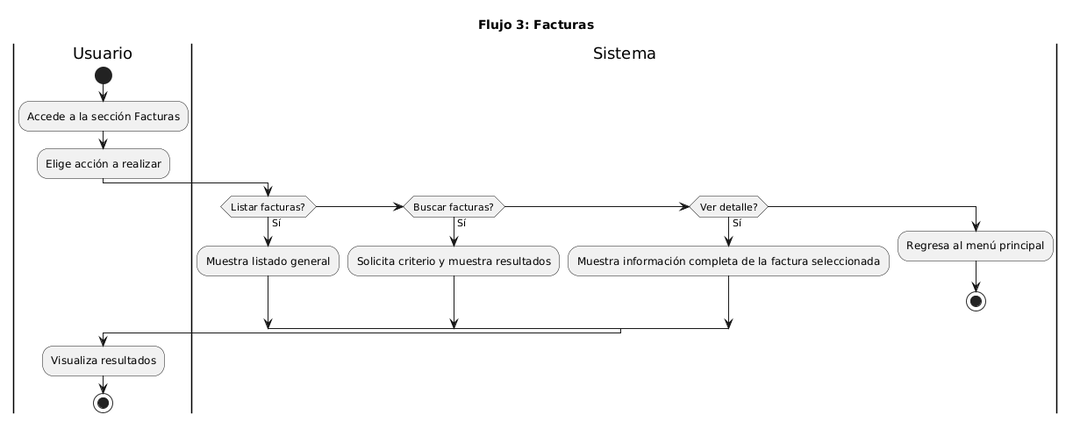
Above: docs/04-diagramas/01-diagramas-de-actividades/actividad-flujo-3-facturas.png in ramiromarcosmorales/emiti-web (PlantUML), before the change. Its diagram source:
```plantuml
@startuml
title Flujo 3: Facturas

|Usuario|
start
:Accede a la sección Facturas;
:Elige acción a realizar;

|Sistema|
if (Listar facturas?) then (Sí)
  :Muestra listado general;
elseif (Buscar facturas?) then (Sí)
  :Solicita criterio y muestra resultados;
elseif (Ver detalle?) then (Sí)
  :Muestra información completa de la factura seleccionada;
else
  :Regresa al menú principal;
  stop
endif

|Usuario|
:Visualiza resultados;

stop
@enduml
```
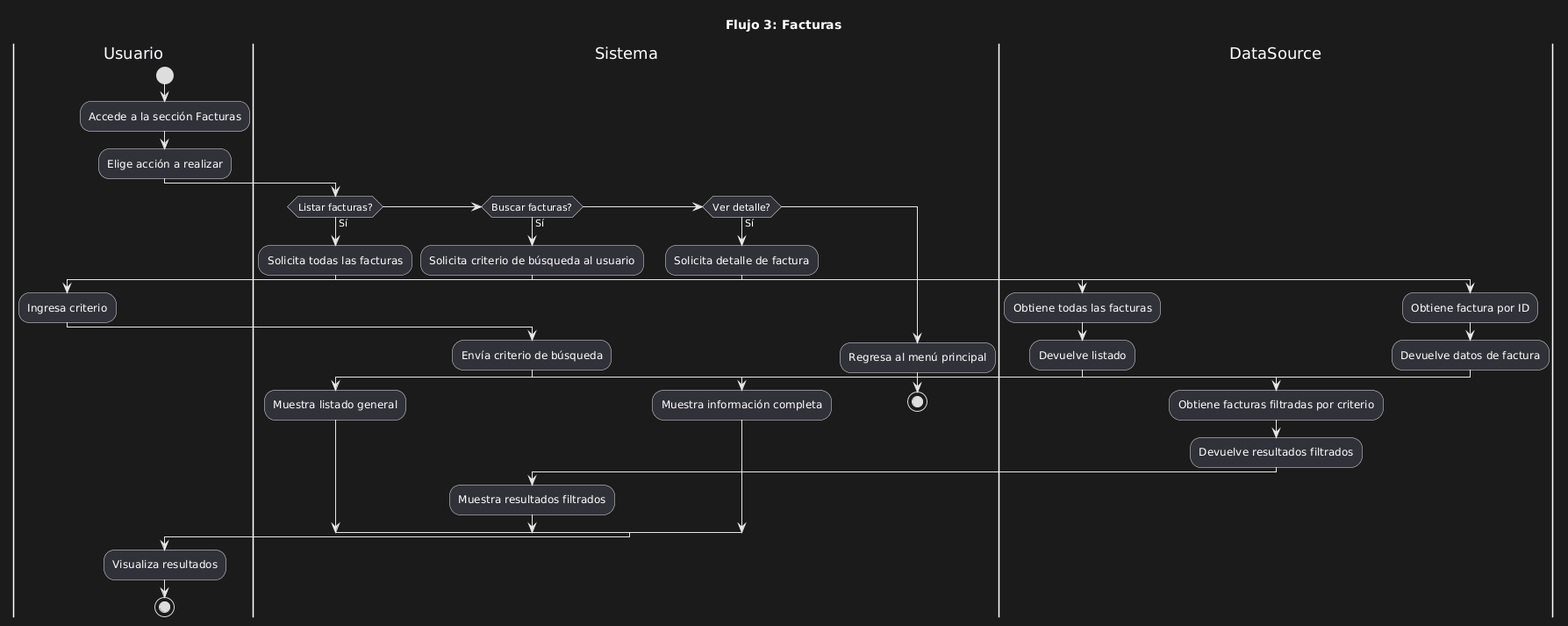
The same file after the commit.

The edit, as a diff of the source:
```diff
@@ -8,11 +8,44 @@
 
 |Sistema|
 if (Listar facturas?) then (Sí)
+
+  :Solicita todas las facturas;
+
+  |DataSource|
+  :Obtiene todas las facturas;
+  :Devuelve listado;
+
+  |Sistema|
   :Muestra listado general;
+
 elseif (Buscar facturas?) then (Sí)
-  :Solicita criterio y muestra resultados;
+
+  :Solicita criterio de búsqueda al usuario;
+
+  |Usuario|
+  :Ingresa criterio;
+
+  |Sistema|
+  :Envía criterio de búsqueda;
+
+  |DataSource|
+  :Obtiene facturas filtradas por criterio;
+  :Devuelve resultados filtrados;
+
+  |Sistema|
+  :Muestra resultados filtrados;
+
 elseif (Ver detalle?) then (Sí)
-  :Muestra información completa de la factura seleccionada;
+
+  :Solicita detalle de factura;
+
+  |DataSource|
+  :Obtiene factura por ID;
+  :Devuelve datos de factura;
+
+  |Sistema|
+  :Muestra información completa;
+
 else
   :Regresa al menú principal;
   stop
```
